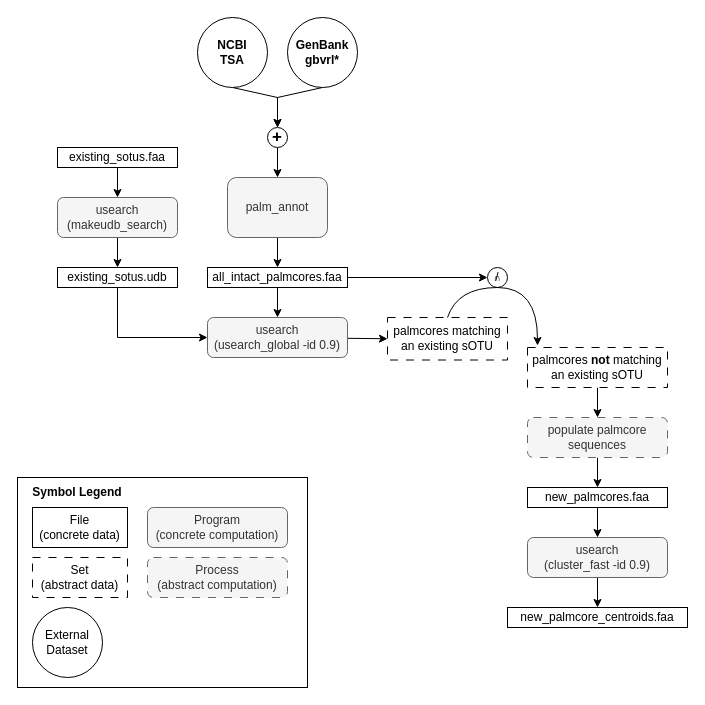
Before: script/palmdb/sOTU Assigment Workflow.drawio in serratus-bio/logan-backend, a draw.io diagram. Source tidied: cells renumbered, new cells numbered last; positions are measured from the earlier drawing's top-left corner, leaving out a move shared by most shapes. Both pictures are drawn from the tidied source at 100%, with x=0, y=0 at pixel (17, 17).
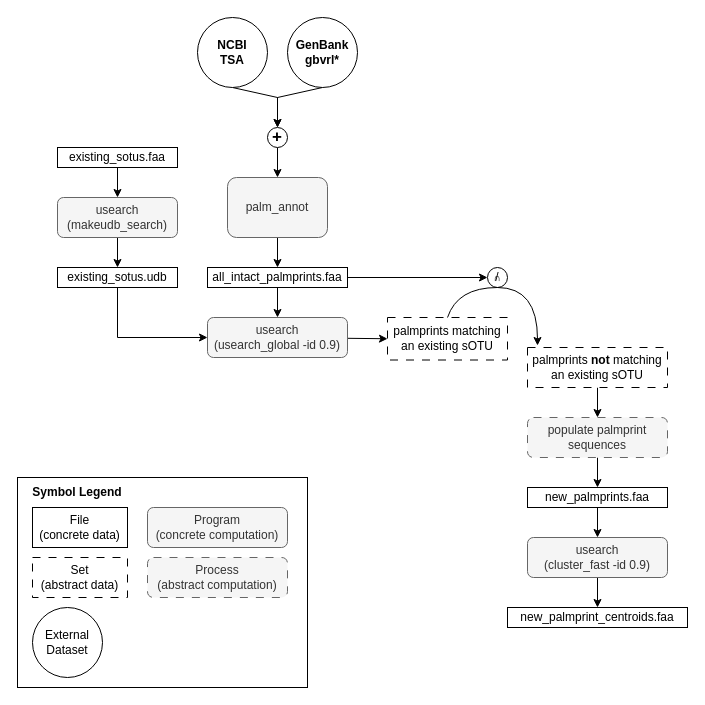
The same diagram, later.

Diff of the diagram source:
```diff
@@
-    <mxCell id="13" value="&lt;div&gt;all_intact_palmcores.faa&lt;/div&gt;" style="rounded=0;whiteSpace=wrap;html=1;" parent="1" vertex="1">
+    <mxCell id="13" value="&lt;div&gt;all_intact_palmprints.faa&lt;/div&gt;" style="rounded=0;whiteSpace=wrap;html=1;" parent="1" vertex="1">
       <mxGeometry x="190" y="250" width="140" height="20" as="geometry" />
     </mxCell>
@@
-    <mxCell id="22" value="&lt;div&gt;palmcores matching an existing sOTU&lt;/div&gt;" style="rounded=0;whiteSpace=wrap;html=1;dashed=1;dashPattern=8 8;" parent="1" vertex="1">
+    <mxCell id="22" value="&lt;div&gt;palmprints matching an existing sOTU&lt;/div&gt;" style="rounded=0;whiteSpace=wrap;html=1;dashed=1;dashPattern=8 8;" parent="1" vertex="1">
       <mxGeometry x="370" y="300" width="120" height="42.5" as="geometry" />
     </mxCell>
@@
-    <mxCell id="29" value="&lt;div&gt;palmcores &lt;b&gt;not&lt;/b&gt; matching an existing sOTU&lt;/div&gt;" style="rounded=0;whiteSpace=wrap;html=1;dashed=1;dashPattern=8 8;" parent="1" vertex="1">
+    <mxCell id="29" value="&lt;div&gt;palmprints &lt;b&gt;not&lt;/b&gt; matching an existing sOTU&lt;/div&gt;" style="rounded=0;whiteSpace=wrap;html=1;dashed=1;dashPattern=8 8;" parent="1" vertex="1">
       <mxGeometry x="510" y="330" width="140" height="40" as="geometry" />
     </mxCell>
@@
-    <mxCell id="35" value="populate palmcore sequences" style="rounded=1;whiteSpace=wrap;html=1;fillColor=#f5f5f5;strokeColor=#666666;fontColor=#333333;dashed=1;dashPattern=8 8;" parent="1" vertex="1">
+    <mxCell id="35" value="populate palmprint sequences" style="rounded=1;whiteSpace=wrap;html=1;fillColor=#f5f5f5;strokeColor=#666666;fontColor=#333333;dashed=1;dashPattern=8 8;" parent="1" vertex="1">
       <mxGeometry x="510" y="400" width="140" height="40" as="geometry" />
     </mxCell>
@@
-    <mxCell id="37" value="&lt;div&gt;new_palmcores.faa&lt;/div&gt;" style="rounded=0;whiteSpace=wrap;html=1;" parent="1" vertex="1">
+    <mxCell id="37" value="&lt;div&gt;new_palmprints.faa&lt;/div&gt;" style="rounded=0;whiteSpace=wrap;html=1;" parent="1" vertex="1">
       <mxGeometry x="510" y="470" width="140" height="20" as="geometry" />
     </mxCell>
@@
-    <mxCell id="40" value="&lt;div&gt;new_palmcore_centroids.faa&lt;/div&gt;" style="rounded=0;whiteSpace=wrap;html=1;" parent="1" vertex="1">
+    <mxCell id="40" value="&lt;div&gt;new_palmprint_centroids.faa&lt;/div&gt;" style="rounded=0;whiteSpace=wrap;html=1;" parent="1" vertex="1">
       <mxGeometry x="490" y="590" width="180" height="20" as="geometry" />
     </mxCell>
```
